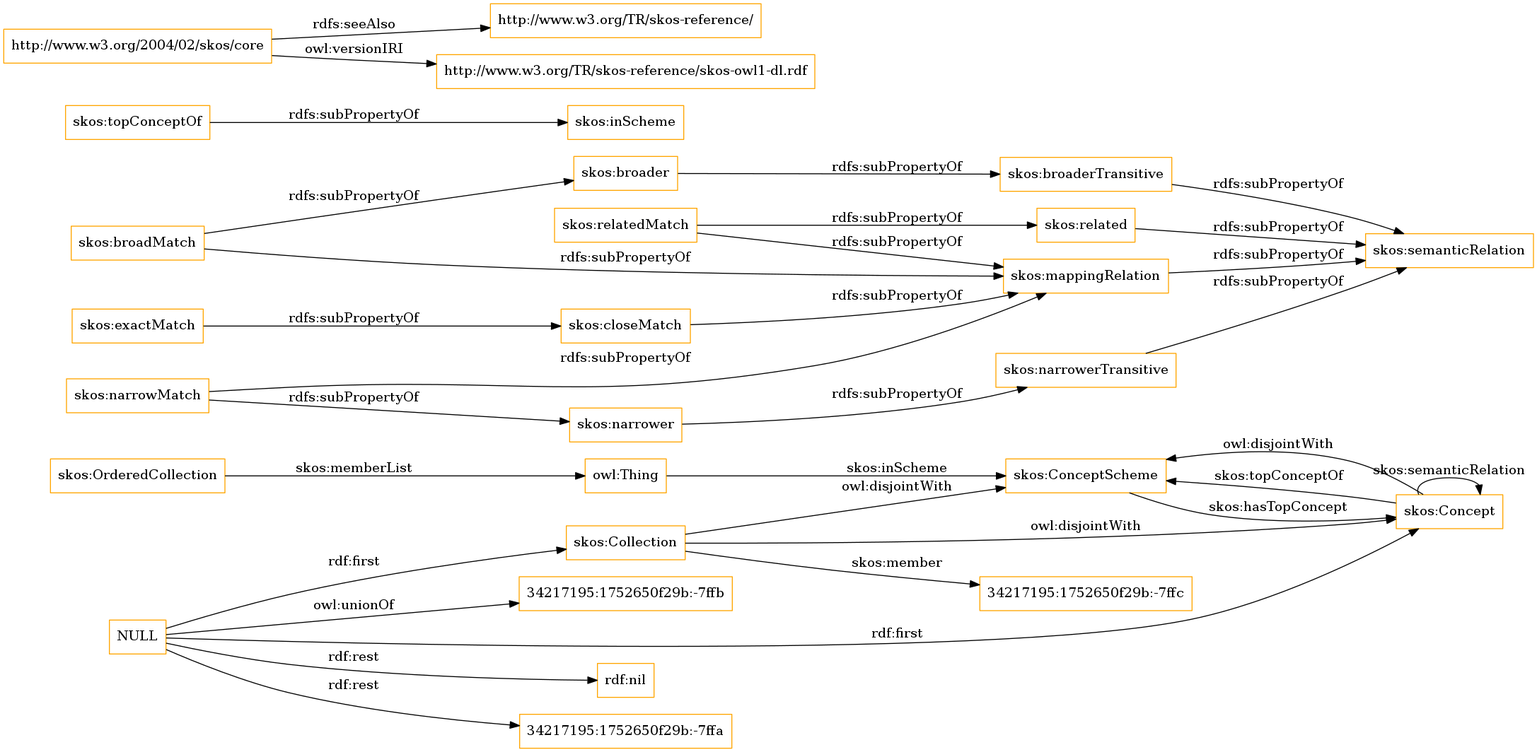
This is OnToology/imports/skos.owl/diagrams/ar2dtool-class/skos.owl.png from OnToologyUser/core-ontology-1, a Graphviz export, as it was before one commit. Its source is kept beside it as OnToology/imports/skos.owl/diagrams/ar2dtool-class/skos.owl.png.dot.
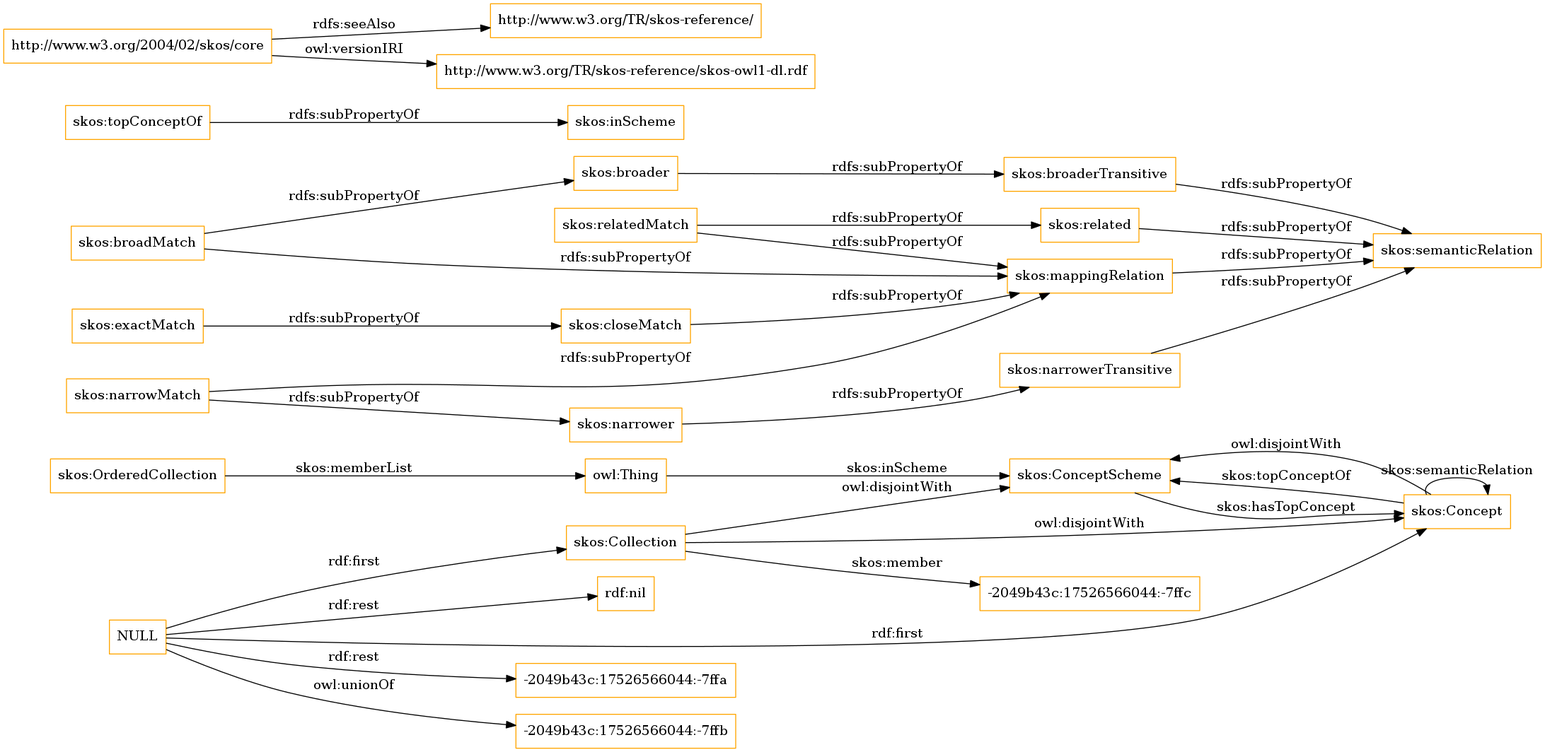
After the change.

What changed in the source:
```diff
@@ -1,13 +1,13 @@
 digraph ar2dtool_diagram {
 rankdir=LR;
 size="1501"
-node [shape = rectangle, color="orange"]; "skos:OrderedCollection" "skos:ConceptScheme" "skos:Concept" "skos:Collection" "34217195:1752650f29b:-7ffc" ; /*classes style*/
+node [shape = rectangle, color="orange"]; "skos:OrderedCollection" "skos:ConceptScheme" "skos:Concept" "skos:Collection" "-2049b43c:17526566044:-7ffc" ; /*classes style*/
 	"skos:narrowerTransitive" -> "skos:semanticRelation" [ label = "rdfs:subPropertyOf" ];
+	"NULL" -> "-2049b43c:17526566044:-7ffa" [ label = "rdf:rest" ];
+	"NULL" -> "skos:Collection" [ label = "rdf:first" ];
+	"NULL" -> "-2049b43c:17526566044:-7ffb" [ label = "owl:unionOf" ];
 	"NULL" -> "rdf:nil" [ label = "rdf:rest" ];
 	"NULL" -> "skos:Concept" [ label = "rdf:first" ];
-	"NULL" -> "34217195:1752650f29b:-7ffa" [ label = "rdf:rest" ];
-	"NULL" -> "skos:Collection" [ label = "rdf:first" ];
-	"NULL" -> "34217195:1752650f29b:-7ffb" [ label = "owl:unionOf" ];
 	"skos:closeMatch" -> "skos:mappingRelation" [ label = "rdfs:subPropertyOf" ];
 	"skos:Concept" -> "skos:ConceptScheme" [ label = "owl:disjointWith" ];
 	"skos:relatedMatch" -> "skos:related" [ label = "rdfs:subPropertyOf" ];
@@ -30,7 +30,7 @@
 	"skos:OrderedCollection" -> "owl:Thing" [ label = "skos:memberList" ];
 	"skos:Concept" -> "skos:ConceptScheme" [ label = "skos:topConceptOf" ];
 	"skos:Concept" -> "skos:Concept" [ label = "skos:semanticRelation" ];
-	"skos:Collection" -> "34217195:1752650f29b:-7ffc" [ label = "skos:member" ];
+	"skos:Collection" -> "-2049b43c:17526566044:-7ffc" [ label = "skos:member" ];
 	"skos:ConceptScheme" -> "skos:Concept" [ label = "skos:hasTopConcept" ];
 	"owl:Thing" -> "skos:ConceptScheme" [ label = "skos:inScheme" ];
 
```
